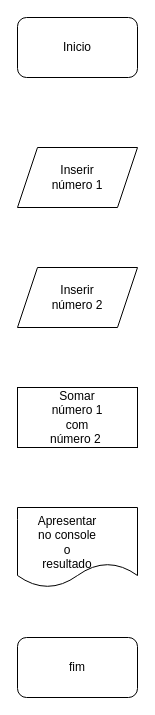
Above: Fluxograma1.drawio in GuilhermeAmaralGuerra/01.-PSC---Exerc-cios-Fluxograma-e-Java (draw.io), before the change. Source tidied: cells renumbered, new cells numbered last; positions are measured from the earlier drawing's top-left corner, leaving out a move shared by most shapes. Both pictures are drawn from the tidied source at 100%, with x=0, y=0 at pixel (17, 17).
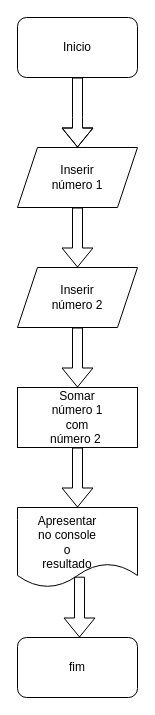
After the change.

Unchanged cells that the change refers to:
```xml
<mxCell id="3" style="shape=parallelogram;perimeter=parallelogramPerimeter;whiteSpace=wrap;html=1;fixedSize=1;" parent="1" vertex="1">
  <mxGeometry y="130" width="120" height="60" as="geometry" />
</mxCell>
<mxCell id="4" style="shape=parallelogram;perimeter=parallelogramPerimeter;whiteSpace=wrap;html=1;fixedSize=1;" parent="1" vertex="1">
  <mxGeometry y="250" width="120" height="60" as="geometry" />
</mxCell>
<mxCell id="5" style="rounded=1;whiteSpace=wrap;html=1;" parent="1" vertex="1">
  <mxGeometry width="120" height="60" as="geometry" />
</mxCell>
<mxCell id="6" style="rounded=0;whiteSpace=wrap;html=1;" parent="1" vertex="1">
  <mxGeometry y="370" width="120" height="60" as="geometry" />
</mxCell>
<mxCell id="12" style="shape=document;whiteSpace=wrap;html=1;boundedLbl=1;" parent="1" vertex="1">
  <mxGeometry y="490" width="120" height="80" as="geometry" />
</mxCell>
```

Change to the diagram source:
```diff
@@
+    <mxCell id="15" style="shape=flexArrow;endArrow=classic;html=1;rounded=0;exitX=0.5;exitY=1;exitDx=0;exitDy=0;entryX=0.5;entryY=0;entryDx=0;entryDy=0;" parent="1" edge="1" source="5" target="3">
+      <mxGeometry relative="1" as="geometry">
+        <Array as="points">
+          <mxPoint x="60" y="100" />
+        </Array>
+      </mxGeometry>
+    </mxCell>
+    <mxCell id="16" style="shape=flexArrow;endArrow=classic;html=1;rounded=0;entryX=0.5;entryY=0;entryDx=0;entryDy=0;exitX=0.5;exitY=1;exitDx=0;exitDy=0;" parent="1" edge="1" source="3" target="4">
+      <mxGeometry relative="1" as="geometry" />
+    </mxCell>
+    <mxCell id="17" style="shape=flexArrow;endArrow=classic;html=1;rounded=0;exitX=0.5;exitY=1;exitDx=0;exitDy=0;entryX=0.5;entryY=0;entryDx=0;entryDy=0;" parent="1" edge="1" source="4" target="6">
+      <mxGeometry relative="1" as="geometry" />
+    </mxCell>
+    <mxCell id="18" style="shape=flexArrow;endArrow=classic;html=1;rounded=0;entryX=0.5;entryY=0;entryDx=0;entryDy=0;exitX=0.5;exitY=1;exitDx=0;exitDy=0;" parent="1" edge="1" source="6" target="12">
+      <mxGeometry relative="1" as="geometry" />
+    </mxCell>
+    <mxCell id="19" style="shape=flexArrow;endArrow=classic;html=1;rounded=0;exitX=0.517;exitY=0.865;exitDx=0;exitDy=0;exitPerimeter=0;" parent="1" edge="1" source="12">
+      <mxGeometry relative="1" as="geometry">
+        <mxPoint x="62" y="620" as="targetPoint" />
+      </mxGeometry>
+    </mxCell>
```
